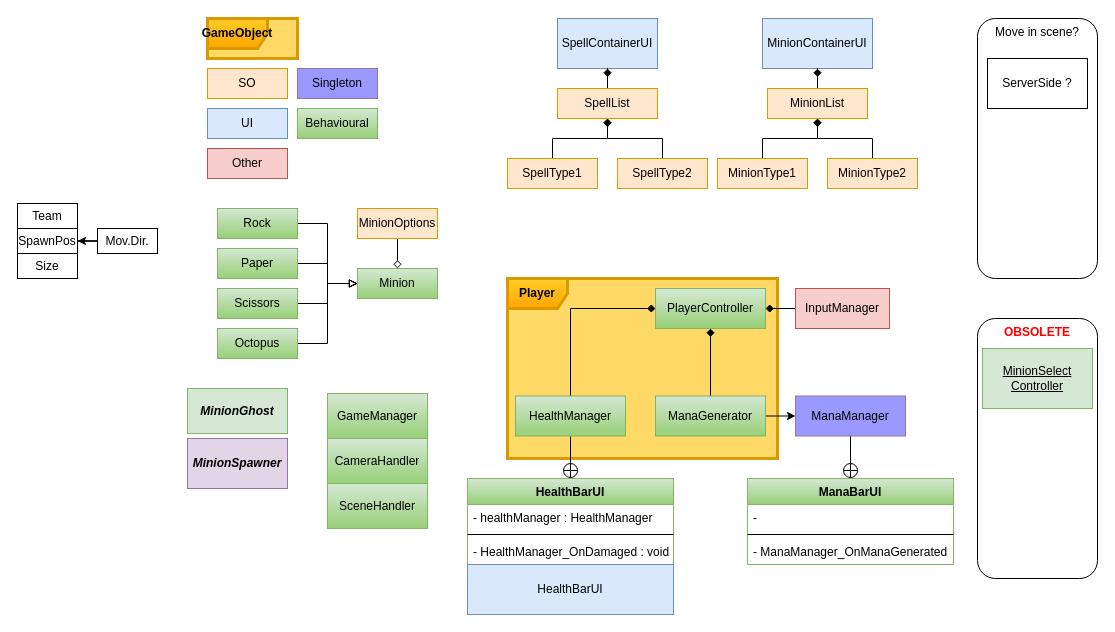
omerasikoglu/RPO keeps this draw.io diagram as Assets/RPO.drawio. Above is the earlier version. Source tidied: cells renumbered, new cells numbered last; positions are measured from the earlier drawing's top-left corner, leaving out a move shared by most shapes. Both pictures are drawn from the tidied source at 100%, with x=0, y=0 at pixel (17, 18).
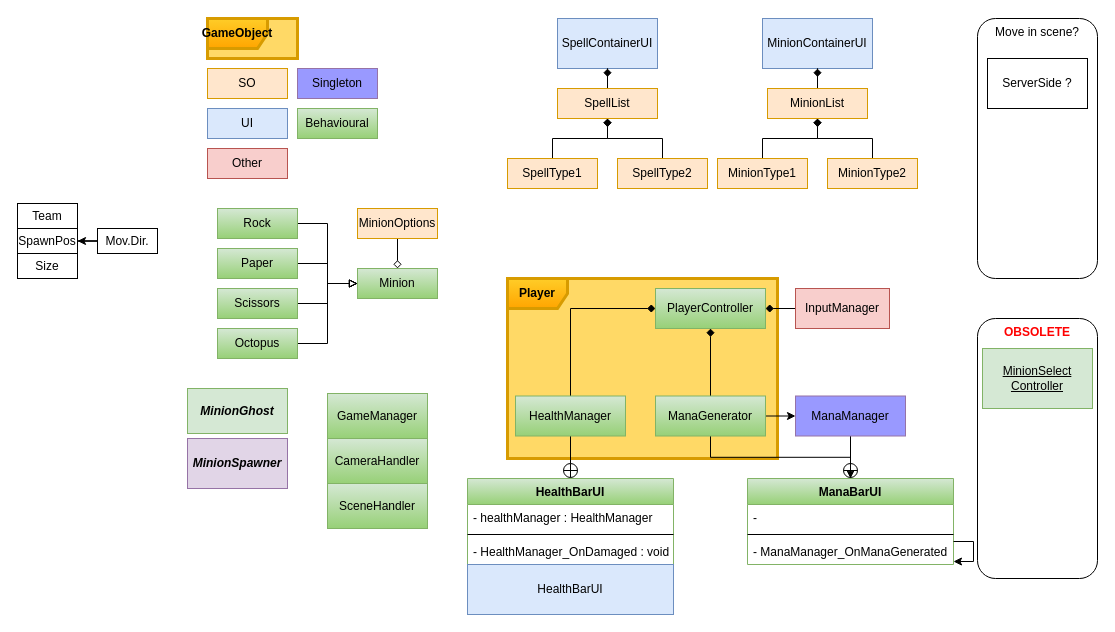
Above is the later version.

Unchanged cells that the change refers to:
```xml
<mxCell id="52" value="ManaGenerator" style="rounded=0;whiteSpace=wrap;html=1;fillColor=#d5e8d4;strokeColor=#82b366;gradientColor=#97d077;fontStyle=0;" parent="1" vertex="1">
  <mxGeometry x="638" y="377.5" width="110" height="40" as="geometry" />
</mxCell>
<mxCell id="58" value="ManaBarUI" style="swimlane;fontStyle=1;align=center;verticalAlign=top;horizontal=1;startSize=26;fillColor=#d5e8d4;gradientColor=#97d077;strokeColor=#82b366;" parent="1" vertex="1">
  <mxGeometry x="730" y="460" width="206" height="86" as="geometry" />
</mxCell>
<mxCell id="61" value="- ManaManager_OnManaGenerated" style="text;strokeColor=none;fillColor=none;align=left;verticalAlign=top;spacingLeft=4;spacingRight=4;overflow=hidden;points=[[0,0.5],[1,0.5]];portConstraint=eastwest;" parent="58" vertex="1">
  <mxGeometry y="60" width="206" height="26" as="geometry" />
</mxCell>
```

Change to the diagram source:
```diff
@@
+    <mxCell id="68" style="edgeStyle=orthogonalEdgeStyle;rounded=0;jettySize=auto;html=1;entryX=0.5;entryY=0;entryDx=0;entryDy=0;" parent="1" edge="1" source="52" target="58">
+      <mxGeometry relative="1" as="geometry" />
+    </mxCell>
@@
+    <mxCell id="69" style="edgeStyle=orthogonalEdgeStyle;rounded=0;orthogonalLoop=1;jettySize=auto;html=1;" parent="58" edge="1" source="61" target="61">
+      <mxGeometry relative="1" as="geometry" />
+    </mxCell>
```
